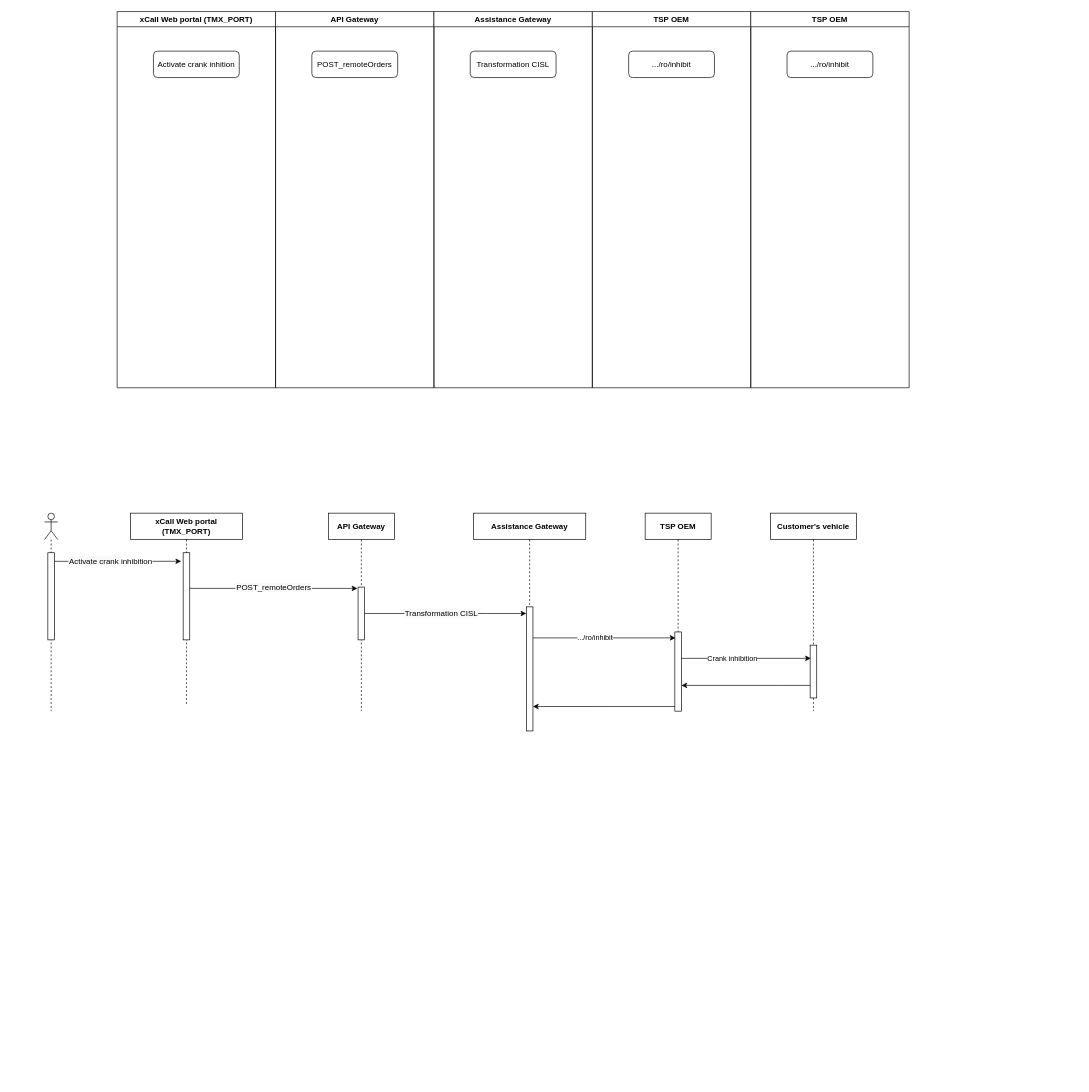
The draw.io diagram xCall - SequenceDiagram.drawio in phatcharalaw/my-doc, before the edit. Source tidied: cells renumbered, new cells numbered last; positions are measured from the earlier drawing's top-left corner, leaving out a move shared by most shapes. Both pictures are drawn from the tidied source at 66%, with x=0, y=0 at pixel (44, 11).
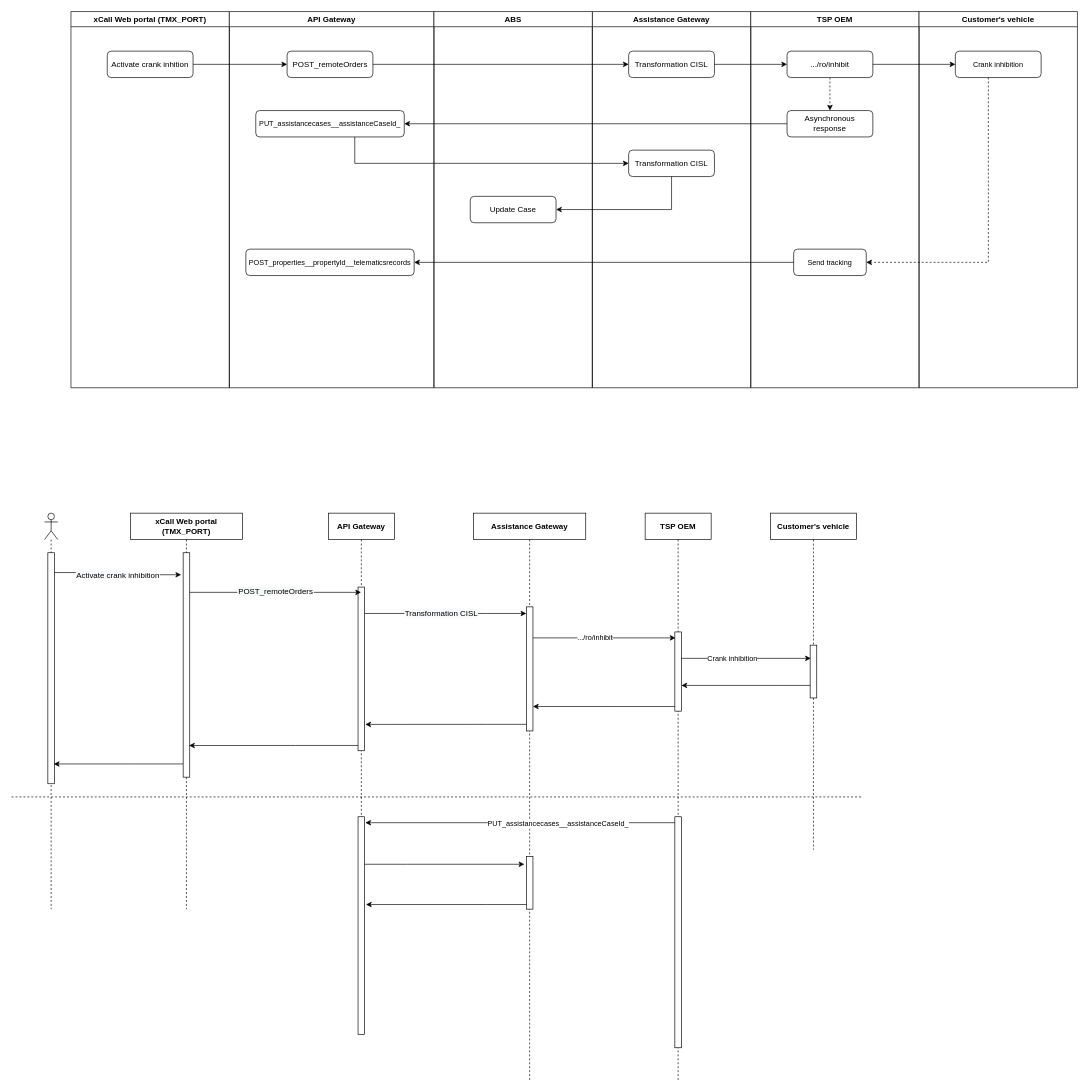
The same page after the edit.

The change refers to these unchanged cells:
```xml
<mxCell id="3" value="Activate crank inhition" style="rounded=1;whiteSpace=wrap;html=1;" parent="2" vertex="1">
  <mxGeometry x="55" y="60" width="130" height="40" as="geometry" />
</mxCell>
<mxCell id="7" value="Transformation CISL" style="rounded=1;whiteSpace=wrap;html=1;" parent="6" vertex="1">
  <mxGeometry x="55" y="60" width="130" height="40" as="geometry" />
</mxCell>
<mxCell id="9" value=".../ro/inhibit" style="rounded=1;whiteSpace=wrap;html=1;" parent="8" vertex="1">
  <mxGeometry x="55" y="60" width="130" height="40" as="geometry" />
</mxCell>
<mxCell id="19" style="html=1;points=[];perimeter=orthogonalPerimeter;" parent="18" vertex="1">
  <mxGeometry x="80" y="142" width="10" height="188" as="geometry" />
</mxCell>
```

Diff of the diagram source:
```diff
@@
     <mxCell id="2" value="xCall Web portal (TMX_PORT)" style="swimlane;" parent="1" vertex="1">
-      <mxGeometry x="110" width="240" height="570" as="geometry" />
+      <mxGeometry x="40" width="240" height="570" as="geometry" />
     </mxCell>
@@
     <mxCell id="4" value="API Gateway" style="swimlane;" parent="1" vertex="1">
-      <mxGeometry x="350" width="240" height="570" as="geometry" />
+      <mxGeometry x="280" width="310" height="570" as="geometry" />
     </mxCell>
     <mxCell id="5" value="POST_remoteOrders" style="rounded=1;whiteSpace=wrap;html=1;" parent="4" vertex="1">
-      <mxGeometry x="55" y="60" width="130" height="40" as="geometry" />
+      <mxGeometry x="87.5" y="60" width="130" height="40" as="geometry" />
     </mxCell>
+    <mxCell id="36" value="&lt;span style=&quot;font-size: 11px ; background-color: rgb(255 , 255 , 255)&quot;&gt;PUT_assistancecases__assistanceCaseId_&lt;/span&gt;" style="rounded=1;whiteSpace=wrap;html=1;" parent="4" vertex="1">
+      <mxGeometry x="40" y="150" width="225" height="40" as="geometry" />
+    </mxCell>
+    <mxCell id="37" value="&lt;span style=&quot;font-size: 11px&quot;&gt;POST_properties__propertyId__telematicsrecords&lt;/span&gt;" style="rounded=1;whiteSpace=wrap;html=1;" parent="4" vertex="1">
+      <mxGeometry x="25" y="360" width="255" height="40" as="geometry" />
+    </mxCell>
     <mxCell id="6" value="Assistance Gateway" style="swimlane;" parent="1" vertex="1">
-      <mxGeometry x="590" width="240" height="570" as="geometry" />
+      <mxGeometry x="830" width="240" height="570" as="geometry" />
     </mxCell>
@@
+    <mxCell id="38" value="Transformation CISL" style="rounded=1;whiteSpace=wrap;html=1;" parent="6" vertex="1">
+      <mxGeometry x="55" y="210" width="130" height="40" as="geometry" />
+    </mxCell>
     <mxCell id="8" value="TSP OEM" style="swimlane;" parent="1" vertex="1">
-      <mxGeometry x="830" width="240" height="570" as="geometry" />
+      <mxGeometry x="1070" width="255" height="570" as="geometry" />
     </mxCell>
+    <mxCell id="39" style="edgeStyle=orthogonalEdgeStyle;rounded=0;jettySize=auto;html=1;entryX=0.5;entryY=0;entryDx=0;entryDy=0;dashed=1;" parent="8" edge="1" source="9" target="40">
+      <mxGeometry relative="1" as="geometry" />
+    </mxCell>
@@
+    <mxCell id="40" value="Asynchronous response" style="rounded=1;whiteSpace=wrap;html=1;" parent="8" vertex="1">
+      <mxGeometry x="55" y="150" width="130" height="40" as="geometry" />
+    </mxCell>
+    <mxCell id="41" value="&lt;span style=&quot;font-size: 11px&quot;&gt;Send tracking&lt;/span&gt;" style="rounded=1;whiteSpace=wrap;html=1;" parent="8" vertex="1">
+      <mxGeometry x="65" y="360" width="110" height="40" as="geometry" />
+    </mxCell>
-    <mxCell id="10" value="TSP OEM" style="swimlane;" parent="1" vertex="1">
-      <mxGeometry x="1070" width="240" height="570" as="geometry" />
+    <mxCell id="10" value="Customer's vehicle" style="swimlane;" parent="1" vertex="1">
+      <mxGeometry x="1325" width="240" height="570" as="geometry" />
     </mxCell>
-    <mxCell id="11" value=".../ro/inhibit" style="rounded=1;whiteSpace=wrap;html=1;" parent="10" vertex="1">
+    <mxCell id="11" value="&lt;span style=&quot;font-size: 11px ; background-color: rgb(255 , 255 , 255)&quot;&gt;Crank inhibition&lt;/span&gt;" style="rounded=1;whiteSpace=wrap;html=1;" parent="10" vertex="1">
       <mxGeometry x="55" y="60" width="130" height="40" as="geometry" />
     </mxCell>
     <mxCell id="12" value="&lt;span style=&quot;font-weight: 700&quot;&gt;xCall Web portal (TMX_PORT)&lt;/span&gt;" style="shape=umlLifeline;perimeter=lifelinePerimeter;whiteSpace=wrap;html=1;" parent="1" vertex="1">
-      <mxGeometry x="130" y="760" width="170" height="290" as="geometry" />
+      <mxGeometry x="130" y="760" width="170" height="600" as="geometry" />
     </mxCell>
     <mxCell id="13" style="html=1;points=[];perimeter=orthogonalPerimeter;" parent="12" vertex="1">
-      <mxGeometry x="80" y="60" width="10" height="132" as="geometry" />
+      <mxGeometry x="80" y="60" width="10" height="340" as="geometry" />
     </mxCell>
     <mxCell id="14" value="&lt;span style=&quot;font-weight: 700&quot;&gt;API Gateway&lt;/span&gt;" style="shape=umlLifeline;perimeter=lifelinePerimeter;whiteSpace=wrap;html=1;outlineConnect=0;" parent="1" vertex="1">
-      <mxGeometry x="430" y="760" width="100" height="300" as="geometry" />
+      <mxGeometry x="430" y="760" width="100" height="790" as="geometry" />
     </mxCell>
     <mxCell id="15" style="html=1;points=[];perimeter=orthogonalPerimeter;" parent="14" vertex="1">
-      <mxGeometry x="45" y="112" width="10" height="80" as="geometry" />
+      <mxGeometry x="45" y="112" width="10" height="248" as="geometry" />
     </mxCell>
+    <mxCell id="42" style="html=1;points=[];perimeter=orthogonalPerimeter;" parent="14" vertex="1">
+      <mxGeometry x="45" y="460" width="10" height="330" as="geometry" />
+    </mxCell>
-    <mxCell id="16" style="edgeStyle=orthogonalEdgeStyle;rounded=0;jettySize=auto;html=1;entryX=-0.1;entryY=0.025;entryDx=0;entryDy=0;entryPerimeter=0;" parent="1" edge="1" source="13" target="15">
+    <mxCell id="16" style="edgeStyle=orthogonalEdgeStyle;rounded=0;jettySize=auto;html=1;" parent="1" edge="1" source="13" target="14">
       <mxGeometry relative="1" as="geometry">
         <Array as="points">
-          <mxPoint x="290" y="874" />
-          <mxPoint x="290" y="874" />
+          <mxPoint x="390" y="880" />
+          <mxPoint x="390" y="880" />
         </Array>
       </mxGeometry>
     </mxCell>
@@
     <mxCell id="18" value="&lt;span style=&quot;font-weight: 700&quot;&gt;Assistance Gateway&lt;/span&gt;" style="shape=umlLifeline;perimeter=lifelinePerimeter;whiteSpace=wrap;html=1;" parent="1" vertex="1">
-      <mxGeometry x="650" y="760" width="170" height="330" as="geometry" />
+      <mxGeometry x="650" y="760" width="170" height="860" as="geometry" />
     </mxCell>
@@
+    <mxCell id="43" style="html=1;points=[];perimeter=orthogonalPerimeter;" parent="18" vertex="1">
+      <mxGeometry x="80" y="520" width="10" height="80" as="geometry" />
+    </mxCell>
@@
     <mxCell id="22" value="&lt;span style=&quot;font-weight: 700&quot;&gt;TSP OEM&lt;/span&gt;" style="shape=umlLifeline;perimeter=lifelinePerimeter;whiteSpace=wrap;html=1;" parent="1" vertex="1">
-      <mxGeometry x="910" y="760" width="100" height="300" as="geometry" />
+      <mxGeometry x="910" y="760" width="100" height="860" as="geometry" />
     </mxCell>
@@
+    <mxCell id="44" style="html=1;points=[];perimeter=orthogonalPerimeter;" parent="22" vertex="1">
+      <mxGeometry x="45" y="460" width="10" height="350" as="geometry" />
+    </mxCell>
@@
     <mxCell id="26" style="shape=umlLifeline;participant=umlActor;perimeter=lifelinePerimeter;whiteSpace=wrap;html=1;verticalAlign=top;spacingTop=36;labelBackgroundColor=#ffffff;" parent="1" vertex="1">
-      <mxGeometry y="760" width="20" height="300" as="geometry" />
+      <mxGeometry y="760" width="20" height="600" as="geometry" />
     </mxCell>
     <mxCell id="27" style="html=1;points=[];perimeter=orthogonalPerimeter;" parent="26" vertex="1">
-      <mxGeometry x="5" y="60" width="10" height="132" as="geometry" />
+      <mxGeometry x="5" y="60" width="10" height="350" as="geometry" />
     </mxCell>
     <mxCell id="28" style="edgeStyle=orthogonalEdgeStyle;rounded=0;jettySize=auto;html=1;entryX=-0.3;entryY=0.098;entryDx=0;entryDy=0;entryPerimeter=0;" parent="1" edge="1" source="27" target="13">
       <mxGeometry relative="1" as="geometry">
         <Array as="points">
-          <mxPoint x="70" y="833" />
-          <mxPoint x="70" y="833" />
+          <mxPoint x="70" y="850" />
+          <mxPoint x="70" y="853" />
         </Array>
       </mxGeometry>
     </mxCell>
     <mxCell id="29" value="&lt;span style=&quot;font-size: 12px ; background-color: rgb(248 , 249 , 250)&quot;&gt;Activate crank&amp;nbsp;&lt;/span&gt;&lt;span style=&quot;font-size: 12px&quot;&gt;inhibition&lt;/span&gt;" style="edgeLabel;html=1;align=center;verticalAlign=middle;" parent="28" vertex="1">
-      <mxGeometry x="-0.11" relative="1" as="geometry" />
+      <mxGeometry x="-0.11" relative="1" as="geometry">
+        <mxPoint x="12.3" as="offset" />
+      </mxGeometry>
     </mxCell>
     <mxCell id="30" value="&lt;span style=&quot;font-weight: 700&quot;&gt;Customer's&amp;nbsp;&lt;/span&gt;&lt;b&gt;vehicle&lt;/b&gt;" style="shape=umlLifeline;perimeter=lifelinePerimeter;whiteSpace=wrap;html=1;" parent="1" vertex="1">
-      <mxGeometry x="1100" y="760" width="130" height="300" as="geometry" />
+      <mxGeometry x="1100" y="760" width="130" height="510" as="geometry" />
     </mxCell>
@@
+    <mxCell id="45" style="edgeStyle=orthogonalEdgeStyle;rounded=0;jettySize=auto;html=1;entryX=1.1;entryY=0.839;entryDx=0;entryDy=0;entryPerimeter=0;" parent="1" edge="1" source="19" target="15">
+      <mxGeometry relative="1" as="geometry">
+        <Array as="points">
+          <mxPoint x="670" y="1080" />
+          <mxPoint x="670" y="1080" />
+        </Array>
+      </mxGeometry>
+    </mxCell>
+    <mxCell id="46" style="edgeStyle=orthogonalEdgeStyle;rounded=0;jettySize=auto;html=1;entryX=0.9;entryY=0.859;entryDx=0;entryDy=0;entryPerimeter=0;" parent="1" edge="1" source="15" target="13">
+      <mxGeometry relative="1" as="geometry">
+        <Array as="points">
+          <mxPoint x="380" y="1112" />
+          <mxPoint x="380" y="1112" />
+        </Array>
+      </mxGeometry>
+    </mxCell>
+    <mxCell id="47" style="edgeStyle=orthogonalEdgeStyle;rounded=0;jettySize=auto;html=1;" parent="1" edge="1" source="13">
+      <mxGeometry relative="1" as="geometry">
+        <mxPoint x="14" y="1140" as="targetPoint" />
+        <Array as="points">
+          <mxPoint x="130" y="1140" />
+          <mxPoint x="130" y="1140" />
+        </Array>
+      </mxGeometry>
+    </mxCell>
+    <mxCell id="48" style="endArrow=none;dashed=1;html=1;" parent="1" edge="1">
+      <mxGeometry relative="1" as="geometry">
+        <mxPoint x="-50" y="1190" as="sourcePoint" />
+        <mxPoint x="1240" y="1190" as="targetPoint" />
+      </mxGeometry>
+    </mxCell>
+    <mxCell id="49" style="edgeStyle=orthogonalEdgeStyle;rounded=0;jettySize=auto;html=1;" parent="1" edge="1" source="44">
+      <mxGeometry relative="1" as="geometry">
+        <mxPoint x="486" y="1229" as="targetPoint" />
+        <Array as="points">
+          <mxPoint x="770" y="1229" />
+          <mxPoint x="770" y="1229" />
+        </Array>
+      </mxGeometry>
+    </mxCell>
+    <mxCell id="50" value="PUT_assistancecases__assistanceCaseId_" style="edgeLabel;html=1;align=center;verticalAlign=middle;" parent="49" vertex="1">
+      <mxGeometry x="-0.21" y="7" relative="1" as="geometry">
+        <mxPoint x="7" y="-6" as="offset" />
+      </mxGeometry>
+    </mxCell>
+    <mxCell id="51" style="edgeStyle=orthogonalEdgeStyle;rounded=0;jettySize=auto;html=1;entryX=-0.3;entryY=0.15;entryDx=0;entryDy=0;entryPerimeter=0;" parent="1" edge="1" source="42" target="43">
+      <mxGeometry relative="1" as="geometry">
+        <Array as="points">
+          <mxPoint x="550" y="1292" />
+          <mxPoint x="550" y="1292" />
+        </Array>
+      </mxGeometry>
+    </mxCell>
+    <mxCell id="52" style="edgeStyle=orthogonalEdgeStyle;rounded=0;jettySize=auto;html=1;entryX=1.2;entryY=0.403;entryDx=0;entryDy=0;entryPerimeter=0;" parent="1" edge="1" source="43" target="42">
+      <mxGeometry relative="1" as="geometry">
+        <Array as="points">
+          <mxPoint x="670" y="1353" />
+          <mxPoint x="670" y="1353" />
+        </Array>
+      </mxGeometry>
+    </mxCell>
+    <mxCell id="53" value="ABS" style="swimlane;" parent="1" vertex="1">
+      <mxGeometry x="590" width="240" height="570" as="geometry" />
+    </mxCell>
+    <mxCell id="54" value="Update Case" style="rounded=1;whiteSpace=wrap;html=1;" parent="53" vertex="1">
+      <mxGeometry x="55" y="280" width="130" height="40" as="geometry" />
+    </mxCell>
+    <mxCell id="55" style="edgeStyle=orthogonalEdgeStyle;rounded=0;jettySize=auto;html=1;entryX=1;entryY=0.5;entryDx=0;entryDy=0;" parent="1" edge="1" source="40" target="36">
+      <mxGeometry relative="1" as="geometry" />
+    </mxCell>
+    <mxCell id="56" style="edgeStyle=orthogonalEdgeStyle;rounded=0;jettySize=auto;html=1;entryX=0;entryY=0.5;entryDx=0;entryDy=0;elbow=vertical;" parent="1" edge="1" source="36" target="38">
+      <mxGeometry relative="1" as="geometry">
+        <Array as="points">
+          <mxPoint x="470" y="230" />
+        </Array>
+      </mxGeometry>
+    </mxCell>
+    <mxCell id="57" style="edgeStyle=orthogonalEdgeStyle;rounded=0;jettySize=auto;html=1;entryX=1;entryY=0.5;entryDx=0;entryDy=0;" parent="1" edge="1" source="38" target="54">
+      <mxGeometry relative="1" as="geometry">
+        <Array as="points">
+          <mxPoint x="950" y="300" />
+        </Array>
+      </mxGeometry>
+    </mxCell>
+    <mxCell id="58" style="edgeStyle=orthogonalEdgeStyle;rounded=0;jettySize=auto;html=1;entryX=0;entryY=0.5;entryDx=0;entryDy=0;" parent="1" edge="1" source="3" target="5">
+      <mxGeometry relative="1" as="geometry" />
+    </mxCell>
+    <mxCell id="59" style="edgeStyle=orthogonalEdgeStyle;rounded=0;jettySize=auto;html=1;entryX=0;entryY=0.5;entryDx=0;entryDy=0;" parent="1" edge="1" source="5" target="7">
+      <mxGeometry relative="1" as="geometry" />
+    </mxCell>
+    <mxCell id="60" style="edgeStyle=orthogonalEdgeStyle;rounded=0;jettySize=auto;html=1;entryX=0;entryY=0.5;entryDx=0;entryDy=0;" parent="1" edge="1" source="7" target="9">
+      <mxGeometry relative="1" as="geometry" />
+    </mxCell>
+    <mxCell id="61" style="edgeStyle=orthogonalEdgeStyle;rounded=0;jettySize=auto;html=1;entryX=0;entryY=0.5;entryDx=0;entryDy=0;" parent="1" edge="1" source="9" target="11">
+      <mxGeometry relative="1" as="geometry" />
+    </mxCell>
+    <mxCell id="62" style="edgeStyle=orthogonalEdgeStyle;rounded=0;jettySize=auto;html=1;dashed=1;entryX=1;entryY=0.5;entryDx=0;entryDy=0;" parent="1" edge="1" source="11" target="41">
+      <mxGeometry relative="1" as="geometry">
+        <Array as="points">
+          <mxPoint x="1430" y="380" />
+        </Array>
+      </mxGeometry>
+    </mxCell>
+    <mxCell id="63" style="edgeStyle=orthogonalEdgeStyle;rounded=0;jettySize=auto;html=1;entryX=1;entryY=0.5;entryDx=0;entryDy=0;" parent="1" edge="1" source="41" target="37">
+      <mxGeometry relative="1" as="geometry" />
+    </mxCell>
```
